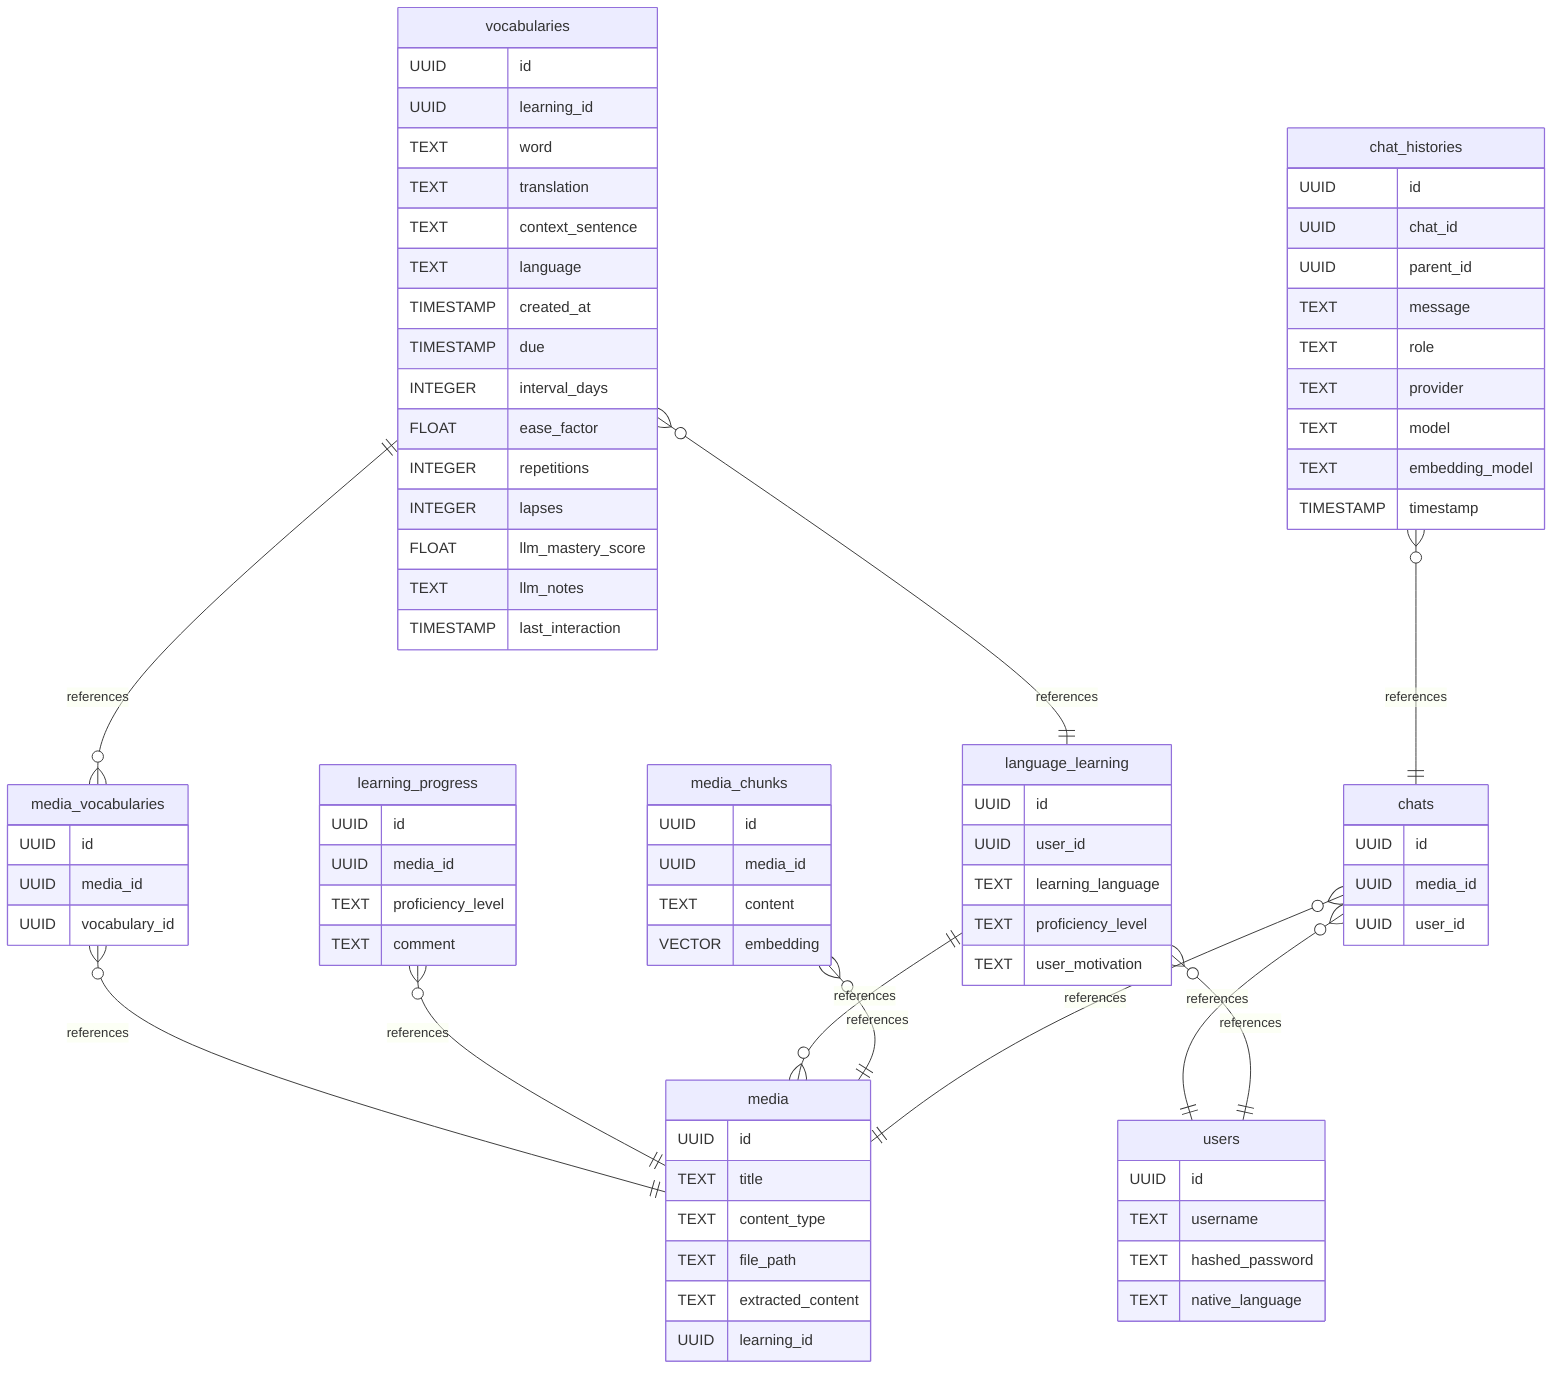
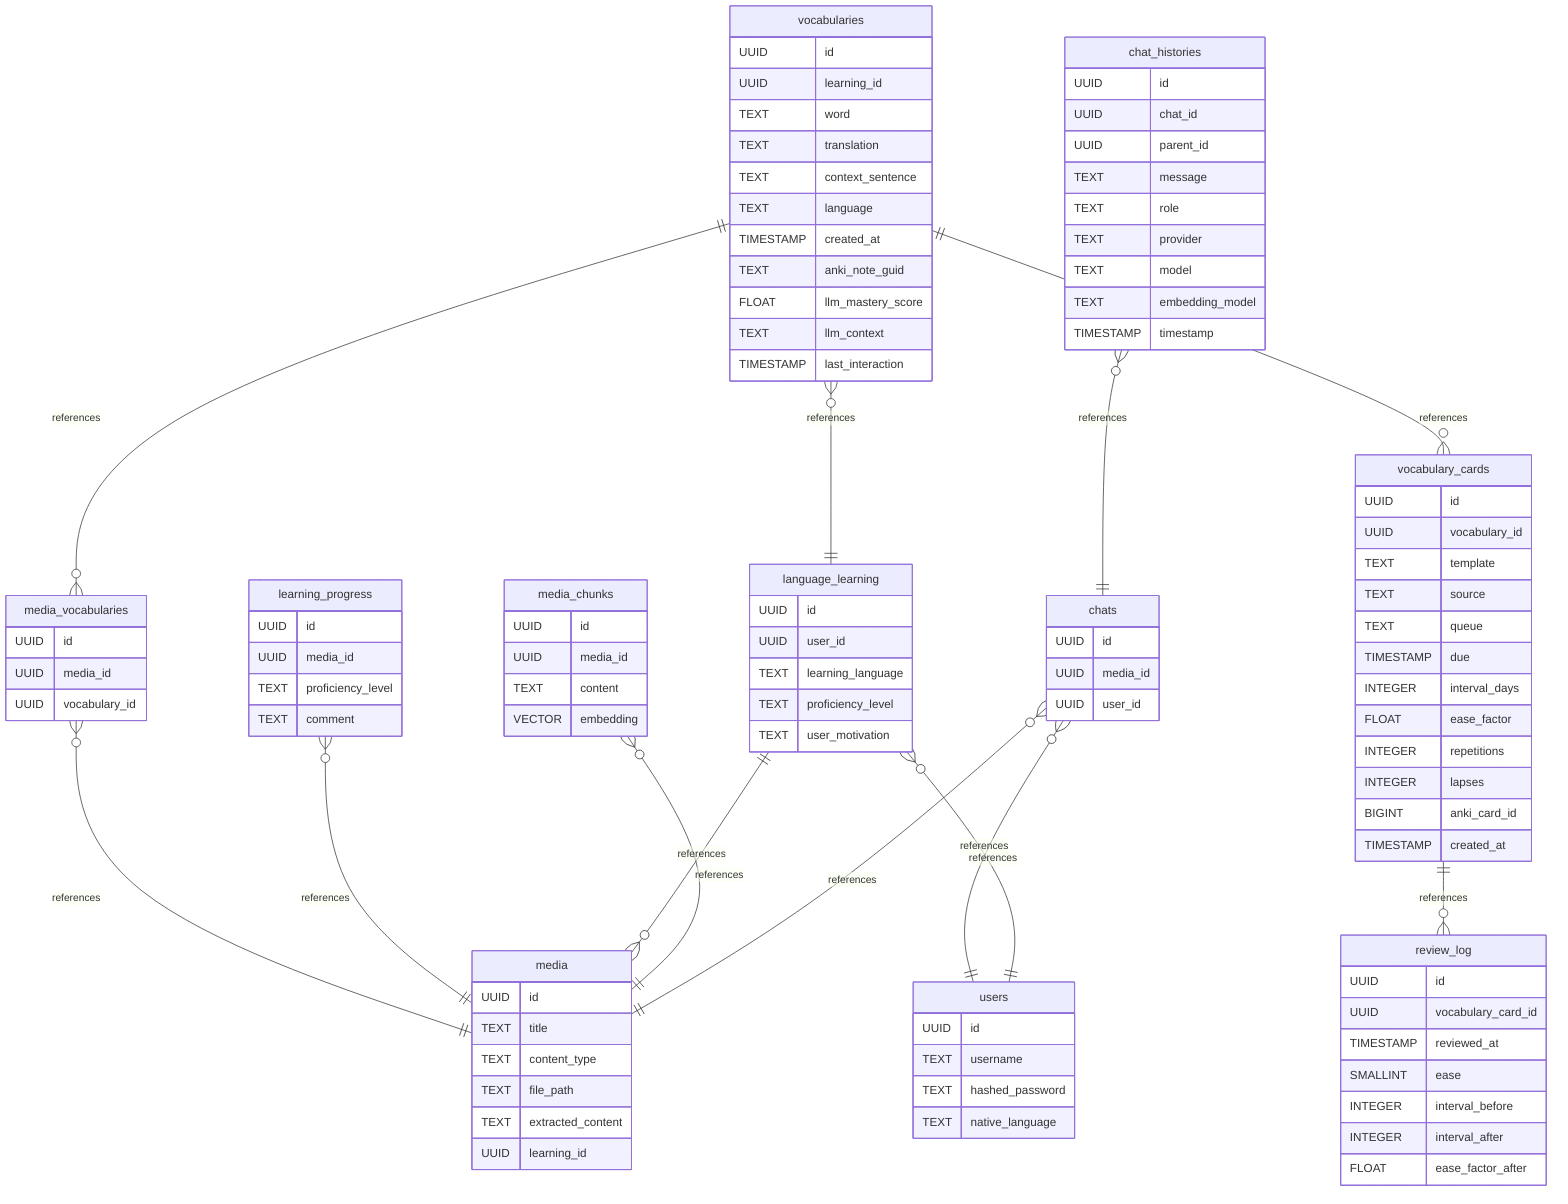
erDiagram
    chat_histories }o--|| chats: references
    chats }o--|| media: references
    media_chunks }o--|| media: references
    language_learning }o--|| users: references
    language_learning ||--o{ media: references
    learning_progress }o--|| media: references
    media_vocabularies }o--|| media: references
    vocabularies ||--o{ media_vocabularies: references
    vocabularies }o--|| language_learning: references
+     vocabularies ||--o{ vocabulary_cards: references
+     vocabulary_cards ||--o{ review_log: references
    chats }o--|| users: references

    users {
        UUID id
        TEXT username
        TEXT hashed_password
        TEXT native_language
    }

    media {
        UUID id
        TEXT title
        TEXT content_type
        TEXT file_path
        TEXT extracted_content
        UUID learning_id
    }
    media_chunks {
        UUID id
        UUID media_id
        TEXT content
        VECTOR embedding
    }

    vocabularies {
        UUID id
        UUID learning_id
        TEXT word
        TEXT translation
        TEXT context_sentence
        TEXT language
        TIMESTAMP created_at
+         TEXT anki_note_guid
+         FLOAT llm_mastery_score
+         TEXT llm_context
+         TIMESTAMP last_interaction
+     }
+ 
+     vocabulary_cards {
+         UUID id
+         UUID vocabulary_id
+         TEXT template
+         TEXT source
+         TEXT queue
        TIMESTAMP due
        INTEGER interval_days
        FLOAT ease_factor
        INTEGER repetitions
        INTEGER lapses
-         FLOAT llm_mastery_score
-         TEXT llm_notes
-         TIMESTAMP last_interaction
+         BIGINT anki_card_id
+         TIMESTAMP created_at
+     }
+ 
+     review_log {
+         UUID id
+         UUID vocabulary_card_id
+         TIMESTAMP reviewed_at
+         SMALLINT ease
+         INTEGER interval_before
+         INTEGER interval_after
+         FLOAT ease_factor_after
    }

    chats {
        UUID id
        UUID media_id
        UUID user_id
    }

    chat_histories {
        UUID id
        UUID chat_id
        UUID parent_id
        TEXT message
        TEXT role
        TEXT provider
        TEXT model
        TEXT embedding_model
        TIMESTAMP timestamp
    }

    language_learning {
        UUID id
        UUID user_id
        TEXT learning_language
        TEXT proficiency_level
        TEXT user_motivation
    }

    learning_progress {
        UUID id
        UUID media_id
        TEXT proficiency_level
        TEXT comment
    }

    media_vocabularies {
        UUID id
        UUID media_id
        UUID vocabulary_id
-     }+     }
